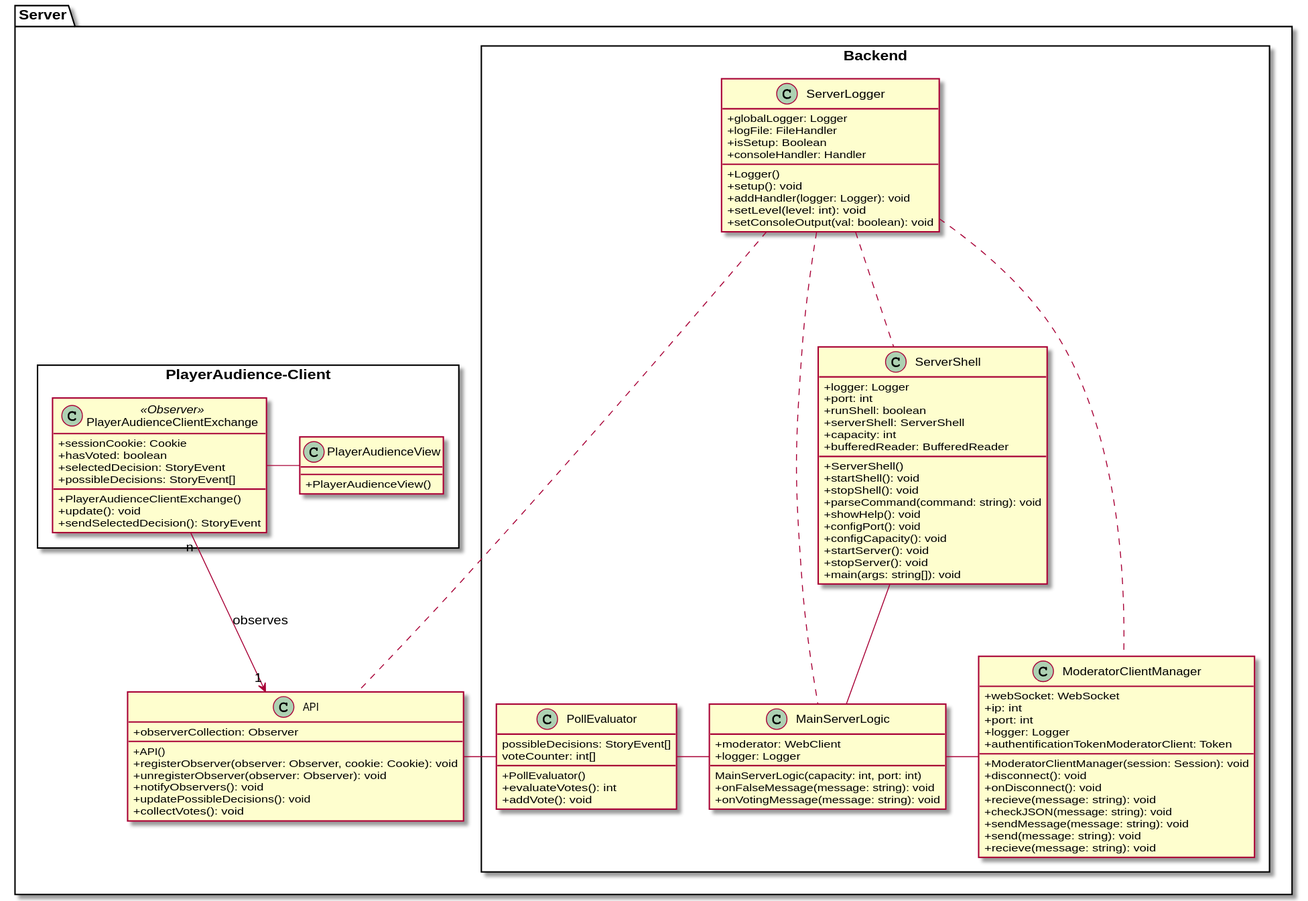
Brotenko/QualityQuest keeps this PlantUML diagram as Docs/Technical Specifications/docs/diagrams/ClassDiagrams/ServerClassDiagram.svg. Above is the earlier version.
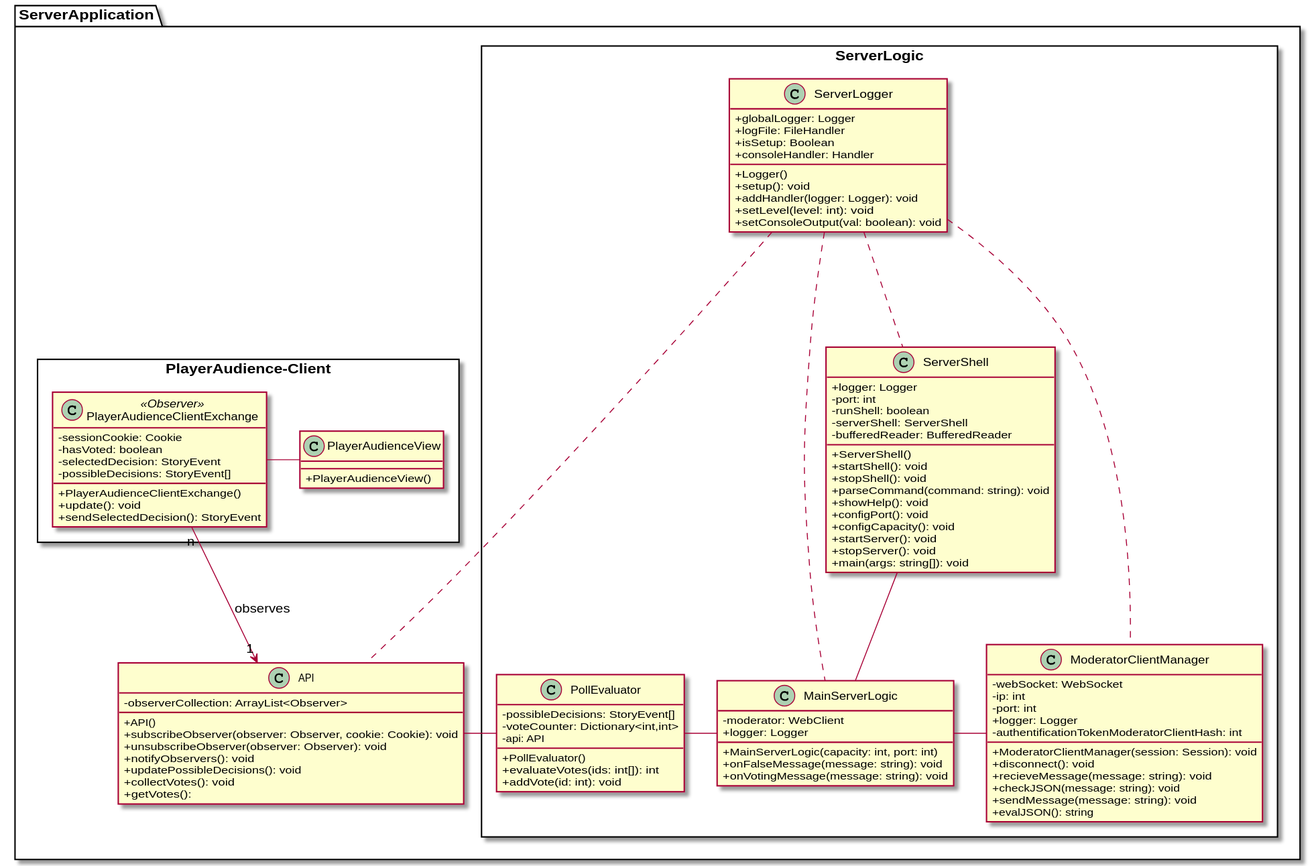
The same diagram one commit later.

Diff of the diagram source:
```diff
@@ -1,24 +1,25 @@
 @startuml
 skinparam classAttributeIconSize 0
-package "Server" {
+
+package "ServerApplication" {
    class "API" as api {
-        {field} +observerCollection: Observer
+        {field} -observerCollection: ArrayList<Observer>
         {method} +API()
-        {method} +registerObserver(observer: Observer, cookie: Cookie): void
-        {method} +unregisterObserver(observer: Observer): void
+        {method} +subscribeObserver(observer: Observer, cookie: Cookie): void
+        {method} +unsubscribeObserver(observer: Observer): void
         {method} +notifyObservers(): void
         {method} +updatePossibleDecisions(): void
         {method} +collectVotes(): void
+        {method} +getVotes():
   }
 
-  package "Backend" <<Rectangle>>{
+  package "ServerLogic" <<Rectangle>>{
     class "ServerShell" as ss {
       {field} +logger: Logger
-      {field} +port: int
-      {field} +runShell: boolean
-      {field} +serverShell: ServerShell
-      {field} +capacity: int
-      {field} +bufferedReader: BufferedReader
+      {field} -port: int
+      {field} -runShell: boolean
+      {field} -serverShell: ServerShell
+      {field} -bufferedReader: BufferedReader
       {method} +ServerShell()
       {method} +startShell(): void
       {method} +stopShell(): void
@@ -32,36 +33,36 @@
     }
 
     class "ModeratorClientManager" as cm {
-      {field} +webSocket: WebSocket
-      {field} +ip: int
-      {field} +port: int
+      {field} -webSocket: WebSocket
+      {field} -ip: int
+      {field} -port: int
       {field} +logger: Logger
-      {field} +authentificationTokenModeratorClient: Token
+      {field} -authentificationTokenModeratorClientHash: int
       {method} +ModeratorClientManager(session: Session): void
       {method} +disconnect(): void
-      {method} +onDisconnect(): void
-      {method} +recieve(message: string): void
+      {method} +recieveMessage(message: string): void
       {method} +checkJSON(message: string): void
       {method} +sendMessage(message: string): void
-      {method} +send(message: string): void
-      {method} +recieve(message: string): void
+      {method} +evalJSON(): string
+
     }
 
     class "MainServerLogic" as msl {
-      {field} +moderator: WebClient
+      {field} -moderator: WebClient
       {field} +logger: Logger
-      {method} MainServerLogic(capacity: int, port: int)
+      {method} +MainServerLogic(capacity: int, port: int)
       {method} +onFalseMessage(message: string): void
       {method} +onVotingMessage(message: string): void
 
     }
 
     class "PollEvaluator" as pe {
-    {field} possibleDecisions: StoryEvent[]
-    {field} voteCounter: int[]
+    {field}- possibleDecisions: StoryEvent[]
+    {field} -voteCounter: Dictionary<int,int>
+    {field} -api: API
     {method} +PollEvaluator()
-    {method} +evaluateVotes(): int
-    {method} +addVote(): void
+    {method} +evaluateVotes(ids: int[]): int
+    {method} +addVote(id: int): void
   }
 
     class "ServerLogger" as sl {
@@ -78,10 +79,10 @@
   }
   package "PlayerAudience-Client" <<Rectangle>>{
     class "PlayerAudienceClientExchange" as pace <<Observer>>{
-      {field} +sessionCookie: Cookie
-      {field} +hasVoted: boolean
-      {field} +selectedDecision: StoryEvent
-      {field} +possibleDecisions: StoryEvent[]
+      {field} -sessionCookie: Cookie
+      {field} -hasVoted: boolean
+      {field} -selectedDecision: StoryEvent
+      {field} -possibleDecisions: StoryEvent[]
       {method} +PlayerAudienceClientExchange()
       {method} +update(): void
       {method} +sendSelectedDecision(): StoryEvent
```
